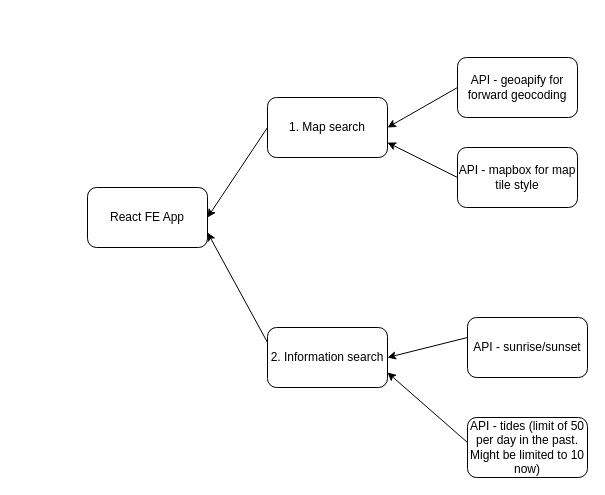
Above: lightide/diagram.drawio in zyteo/LighTide (draw.io), before the change. Source tidied: cells renumbered, new cells numbered last; positions are measured from the earlier drawing's top-left corner, leaving out a move shared by most shapes. Both pictures are drawn from the tidied source at 100%, with x=0, y=0 at pixel (87, 57).
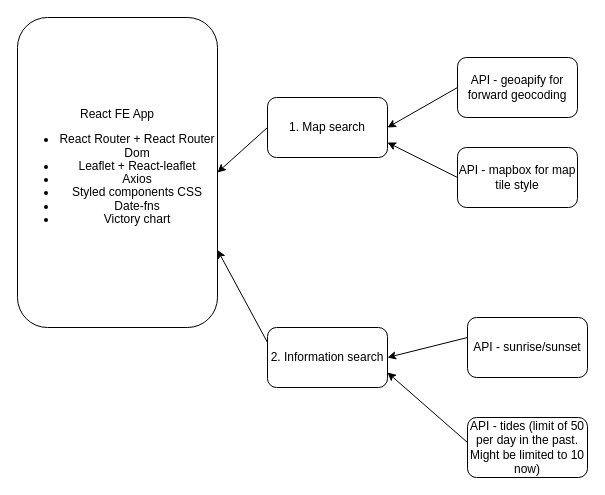
The same diagram, later.

Diff of the diagram source:
```diff
@@
 <mxGraphModel>
   <root>
     <mxCell id="0" />
     <mxCell id="1" parent="0" />
-    <mxCell id="2" value="React FE App" style="rounded=1;whiteSpace=wrap;html=1;" parent="1" vertex="1">
-      <mxGeometry y="130" width="120" height="60" as="geometry" />
+    <mxCell id="2" value="React FE App&lt;br&gt;&lt;ul style=&quot;line-height: 110%;&quot; dir=&quot;auto&quot;&gt;&lt;li&gt;React Router + React Router Dom&lt;/li&gt;&lt;li&gt;Leaflet + React-leaflet&lt;/li&gt;&lt;li&gt;Axios&lt;/li&gt;&lt;li&gt;Styled components CSS&lt;/li&gt;&lt;li&gt;Date-fns&lt;/li&gt;&lt;li&gt;Victory chart&lt;/li&gt;&lt;/ul&gt;" style="rounded=1;whiteSpace=wrap;html=1;align=center;" parent="1" vertex="1">
+      <mxGeometry x="-70" y="-40" width="200" height="310" as="geometry" />
     </mxCell>
     <mxCell id="3" value="2. Information search" style="rounded=1;whiteSpace=wrap;html=1;" parent="1" vertex="1">
       <mxGeometry x="180" y="270" width="120" height="60" as="geometry" />
     </mxCell>
     <mxCell id="4" value="1. Map search" style="rounded=1;whiteSpace=wrap;html=1;" parent="1" vertex="1">
       <mxGeometry x="180" y="40" width="120" height="60" as="geometry" />
     </mxCell>
     <mxCell id="5" value="API - sunrise/sunset" style="rounded=1;whiteSpace=wrap;html=1;" parent="1" vertex="1">
       <mxGeometry x="380" y="260" width="120" height="60" as="geometry" />
     </mxCell>
     <mxCell id="6" value="API - tides (limit of 50 per day in the past. Might be limited to 10 now)" style="rounded=1;whiteSpace=wrap;html=1;" parent="1" vertex="1">
       <mxGeometry x="380" y="360" width="120" height="60" as="geometry" />
     </mxCell>
     <mxCell id="7" value="API - geoapify for forward geocoding" style="rounded=1;whiteSpace=wrap;html=1;" parent="1" vertex="1">
       <mxGeometry x="370" width="120" height="60" as="geometry" />
     </mxCell>
     <mxCell id="8" value="API - mapbox for map tile style" style="rounded=1;whiteSpace=wrap;html=1;" parent="1" vertex="1">
       <mxGeometry x="370" y="90" width="120" height="60" as="geometry" />
     </mxCell>
     <mxCell id="9" style="endArrow=classic;html=1;entryX=1;entryY=0.5;entryDx=0;entryDy=0;exitX=0;exitY=0.5;exitDx=0;exitDy=0;" parent="1" edge="1" source="4" target="2">
       <mxGeometry relative="1" as="geometry" />
     </mxCell>
     <mxCell id="10" style="endArrow=classic;html=1;entryX=1;entryY=0.75;entryDx=0;entryDy=0;exitX=0;exitY=0.25;exitDx=0;exitDy=0;" parent="1" edge="1" source="3" target="2">
       <mxGeometry relative="1" as="geometry" />
     </mxCell>
     <mxCell id="11" style="endArrow=classic;html=1;entryX=1;entryY=0.5;entryDx=0;entryDy=0;exitX=0;exitY=0.5;exitDx=0;exitDy=0;" parent="1" edge="1" target="4">
       <mxGeometry relative="1" as="geometry">
         <mxPoint x="370" y="30" as="sourcePoint" />
       </mxGeometry>
     </mxCell>
     <mxCell id="12" style="endArrow=classic;html=1;entryX=1;entryY=0.5;entryDx=0;entryDy=0;exitX=0;exitY=0.5;exitDx=0;exitDy=0;" parent="1" edge="1" target="3">
       <mxGeometry relative="1" as="geometry">
         <mxPoint x="380" y="280" as="sourcePoint" />
       </mxGeometry>
     </mxCell>
     <mxCell id="13" style="endArrow=classic;html=1;entryX=1;entryY=0.75;entryDx=0;entryDy=0;exitX=0;exitY=0.5;exitDx=0;exitDy=0;" parent="1" edge="1" source="8" target="4">
       <mxGeometry relative="1" as="geometry" />
     </mxCell>
     <mxCell id="14" style="endArrow=classic;html=1;entryX=1;entryY=0.75;entryDx=0;entryDy=0;exitX=0;exitY=0.5;exitDx=0;exitDy=0;" parent="1" edge="1" target="3">
       <mxGeometry relative="1" as="geometry">
         <mxPoint x="380" y="385" as="sourcePoint" />
       </mxGeometry>
     </mxCell>
   </root>
 </mxGraphModel>
```
